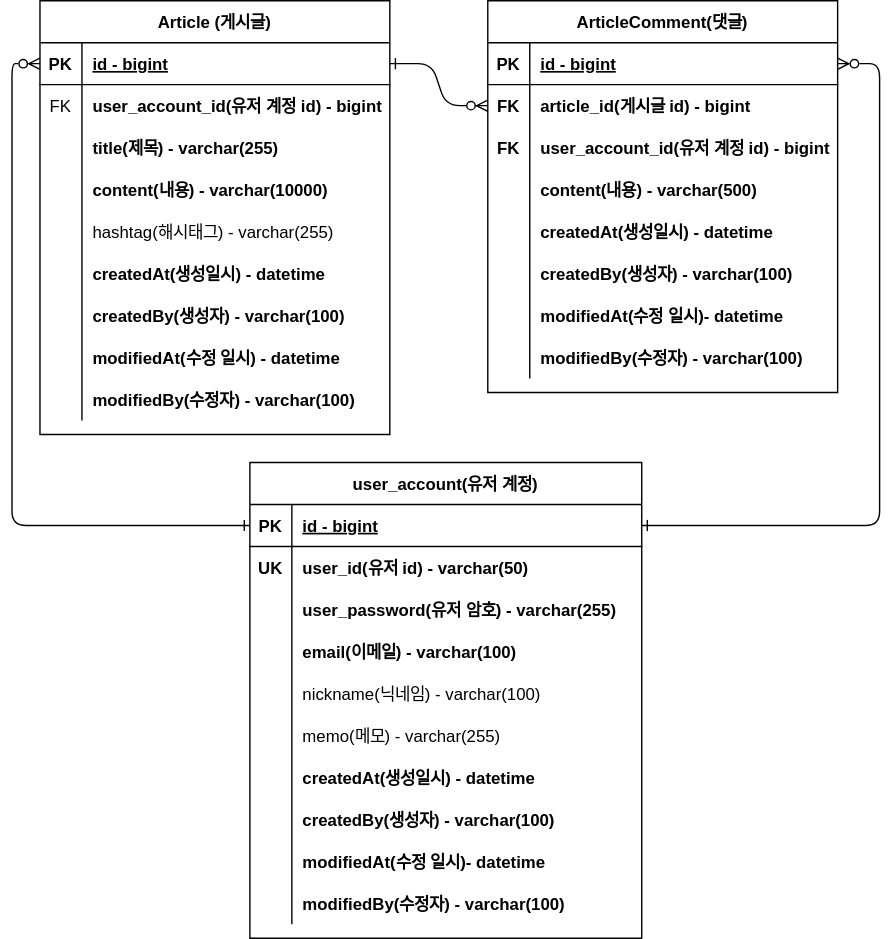
The draw.io diagram document/BoardService.svg in Inderby/BoardService, before a commit. Source tidied: cells renumbered, new cells last; positions are measured from the earlier drawing's top-left corner, leaving out a move shared by most shapes.
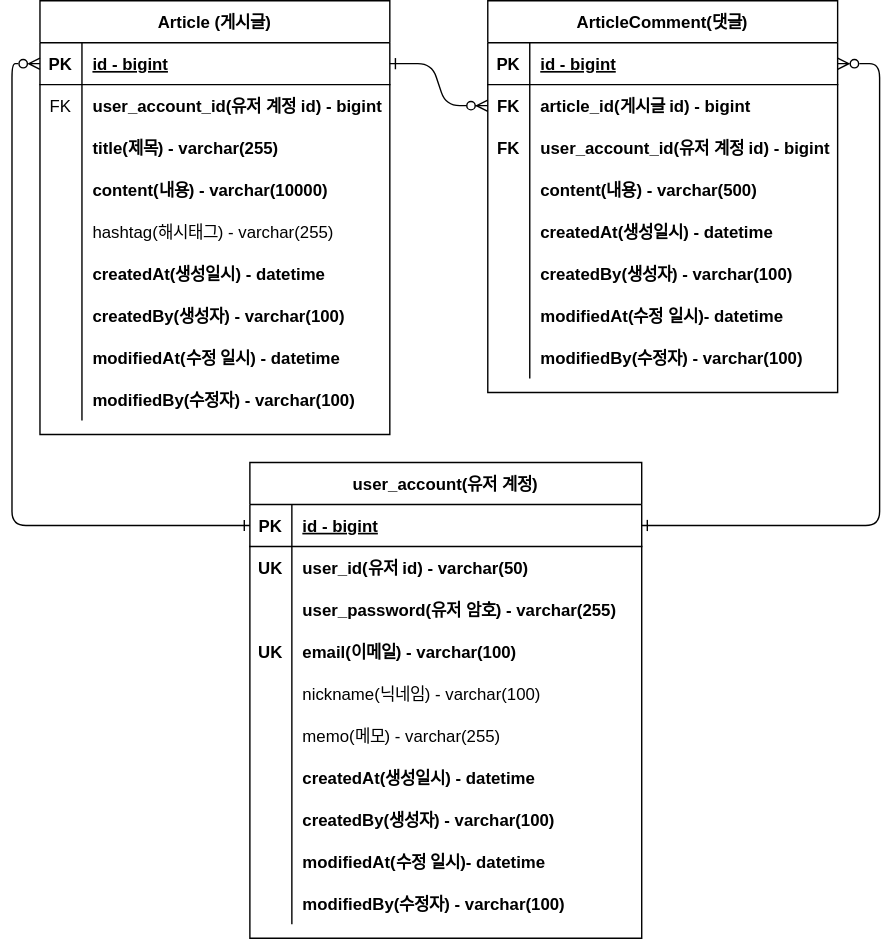
After the change.

Commit message:
#30 - Unique Key 표현 user_account 테이블의 email 빠진 부분 추가

Change to the diagram source:
```diff
@@ -197,7 +197,7 @@
     <mxCell id="66" style="shape=partialRectangle;fillColor=none;top=0;left=0;right=0;bottom=0;" parent="56" vertex="1">
       <mxGeometry y="120" width="280" height="30" as="geometry" />
     </mxCell>
-    <mxCell id="67" style="shape=partialRectangle;overflow=hidden;fillColor=none;top=0;left=0;bottom=0;right=0;" parent="66" vertex="1">
+    <mxCell id="67" value="UK" style="shape=partialRectangle;overflow=hidden;fillColor=none;top=0;left=0;bottom=0;right=0;fontStyle=1;" parent="66" vertex="1">
       <mxGeometry width="30" height="30" as="geometry" />
     </mxCell>
     <mxCell id="68" value="email(이메일) - varchar(100)" style="shape=partialRectangle;overflow=hidden;fillColor=none;top=0;left=0;bottom=0;right=0;align=left;spacingLeft=6;fontStyle=1;" parent="66" vertex="1">
```
